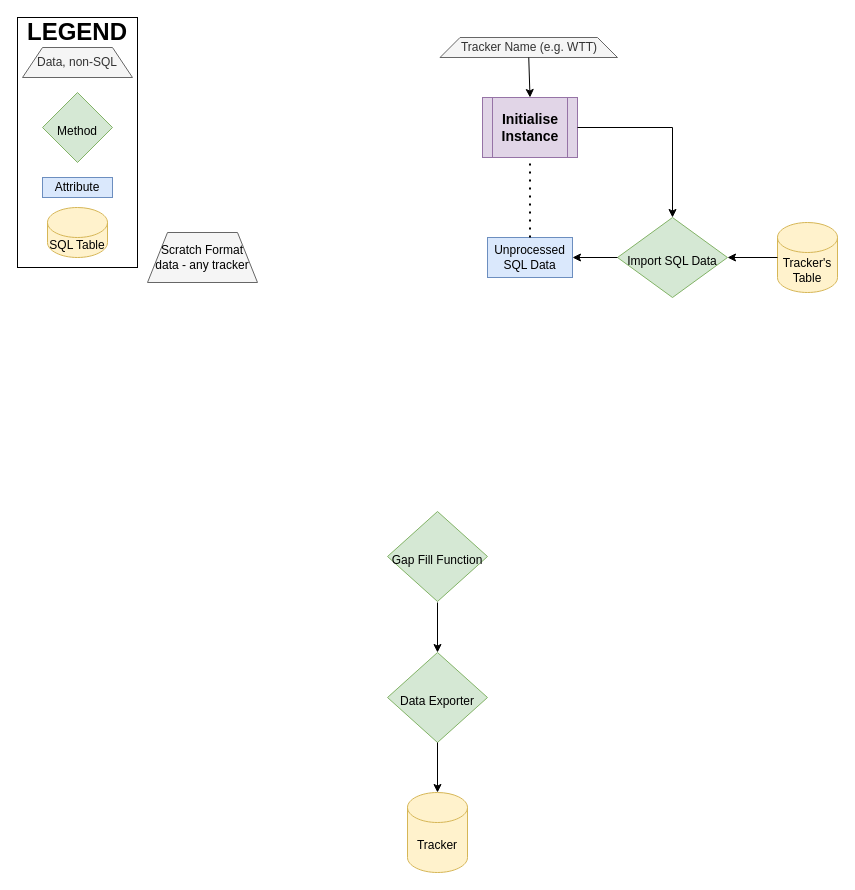
The draw.io diagram Import-Export-Structure.drawio in ancollis757/trackingtables, before the edit. Source tidied: cells renumbered, new cells numbered last; positions are measured from the earlier drawing's top-left corner, leaving out a move shared by most shapes. Both pictures are drawn from the tidied source at 100%, with x=0, y=0 at pixel (17, 17).
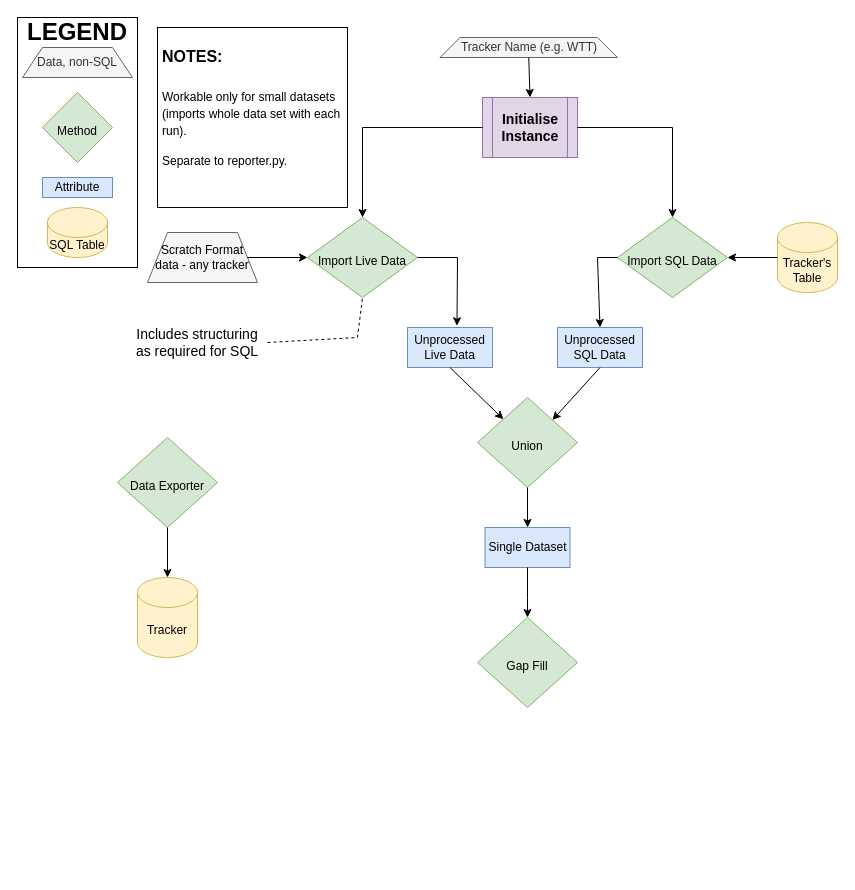
Above is the later version.

Commit message:
Skeleton in place

Unchanged cells that the change refers to:
```xml
<mxCell id="7" value="&lt;font style=&quot;font-size: 12px;&quot;&gt;Import SQL Data&lt;/font&gt;" style="rhombus;whiteSpace=wrap;html=1;fontSize=24;fillColor=#d5e8d4;strokeColor=#82b366;" parent="1" vertex="1">
  <mxGeometry x="600" y="200" width="110" height="80" as="geometry" />
</mxCell>
<mxCell id="14" value="&lt;font style=&quot;font-size: 14px;&quot;&gt;&lt;b&gt;Initialise Instance&lt;/b&gt;&lt;/font&gt;" style="shape=process;whiteSpace=wrap;html=1;backgroundOutline=1;fontSize=12;fillColor=#e1d5e7;strokeColor=#9673a6;" parent="1" vertex="1">
  <mxGeometry x="465" y="80" width="95" height="60" as="geometry" />
</mxCell>
<mxCell id="16" value="&lt;span style=&quot;color: rgb(0, 0, 0);&quot;&gt;Scratch Format data - any tracker&lt;/span&gt;" style="shape=trapezoid;perimeter=trapezoidPerimeter;whiteSpace=wrap;html=1;fixedSize=1;fontSize=12;fillColor=#f5f5f5;fontColor=#333333;strokeColor=#666666;" parent="1" vertex="1">
  <mxGeometry x="130" y="215" width="110" height="50" as="geometry" />
</mxCell>
```

The edit, as a diff of the source:
```diff
@@
-    <mxCell id="9" value="&lt;span style=&quot;font-size: 12px;&quot;&gt;Gap Fill Function&lt;/span&gt;" style="rhombus;whiteSpace=wrap;html=1;fontSize=24;fillColor=#d5e8d4;strokeColor=#82b366;" parent="1" vertex="1">
-      <mxGeometry x="370" y="494" width="100" height="90" as="geometry" />
+    <mxCell id="9" value="&lt;span style=&quot;font-size: 12px;&quot;&gt;Union&lt;/span&gt;" style="rhombus;whiteSpace=wrap;html=1;fontSize=24;fillColor=#d5e8d4;strokeColor=#82b366;" parent="1" vertex="1">
+      <mxGeometry x="460" y="380" width="100" height="90" as="geometry" />
     </mxCell>
     <mxCell id="10" value="&lt;span style=&quot;font-size: 12px;&quot;&gt;Data Exporter&lt;/span&gt;" style="rhombus;whiteSpace=wrap;html=1;fontSize=24;fillColor=#d5e8d4;strokeColor=#82b366;" parent="1" vertex="1">
-      <mxGeometry x="370" y="635" width="100" height="90" as="geometry" />
+      <mxGeometry x="100" y="420" width="100" height="90" as="geometry" />
     </mxCell>
-    <mxCell id="11" style="endArrow=classic;html=1;rounded=0;fontSize=12;entryX=0.5;entryY=0;entryDx=0;entryDy=0;" parent="1" edge="1" target="10">
-      <mxGeometry relative="1" as="geometry">
-        <mxPoint x="420" y="585" as="sourcePoint" />
-      </mxGeometry>
-    </mxCell>
     <mxCell id="12" value="Tracker" style="shape=cylinder3;whiteSpace=wrap;html=1;boundedLbl=1;backgroundOutline=1;size=15;fontSize=12;fillColor=#fff2cc;strokeColor=#d6b656;" parent="1" vertex="1">
-      <mxGeometry x="390" y="775" width="60" height="80" as="geometry" />
+      <mxGeometry x="120" y="560" width="60" height="80" as="geometry" />
     </mxCell>
@@
     <mxCell id="20" value="Unprocessed SQL Data" style="rounded=0;whiteSpace=wrap;html=1;fillColor=#dae8fc;strokeColor=#6c8ebf;" parent="1" vertex="1">
-      <mxGeometry x="470" y="220" width="85" height="40" as="geometry" />
+      <mxGeometry x="540" y="310" width="85" height="40" as="geometry" />
     </mxCell>
+    <mxCell id="22" style="endArrow=classic;html=1;rounded=0;fontSize=12;exitX=1;exitY=0.5;exitDx=0;exitDy=0;entryX=0.5;entryY=0;entryDx=0;entryDy=0;" parent="1" edge="1" source="14" target="7">
+      <mxGeometry relative="1" as="geometry">
+        <Array as="points">
+          <mxPoint x="655" y="110" />
+        </Array>
+      </mxGeometry>
+    </mxCell>
+    <mxCell id="24" value="&lt;font style=&quot;font-size: 12px;&quot;&gt;Import Live Data&lt;/font&gt;" style="rhombus;whiteSpace=wrap;html=1;fontSize=24;fillColor=#d5e8d4;strokeColor=#82b366;" parent="1" vertex="1">
+      <mxGeometry x="290" y="200" width="110" height="80" as="geometry" />
+    </mxCell>
+    <mxCell id="25" style="endArrow=classic;html=1;rounded=0;fontSize=12;exitX=0;exitY=0.5;exitDx=0;exitDy=0;entryX=0.5;entryY=0;entryDx=0;entryDy=0;" parent="1" edge="1" source="14" target="24">
+      <mxGeometry relative="1" as="geometry">
+        <Array as="points">
+          <mxPoint x="345" y="110" />
+        </Array>
+      </mxGeometry>
+    </mxCell>
+    <mxCell id="26" style="endArrow=classic;html=1;rounded=0;fontSize=12;exitX=1;exitY=0.5;exitDx=0;exitDy=0;entryX=0;entryY=0.5;entryDx=0;entryDy=0;" parent="1" edge="1" source="16" target="24">
+      <mxGeometry relative="1" as="geometry" />
+    </mxCell>
-    <mxCell id="21" style="endArrow=classic;html=1;rounded=0;fontSize=12;exitX=0;exitY=0.5;exitDx=0;exitDy=0;" parent="1" edge="1" source="7" target="20">
-      <mxGeometry relative="1" as="geometry" />
+    <mxCell id="21" style="endArrow=classic;html=1;rounded=0;fontSize=12;entryX=0.5;entryY=0;entryDx=0;entryDy=0;exitX=0;exitY=0.5;exitDx=0;exitDy=0;" parent="1" edge="1" source="7" target="20">
+      <mxGeometry relative="1" as="geometry">
+        <Array as="points">
+          <mxPoint x="580" y="240" />
+        </Array>
+      </mxGeometry>
     </mxCell>
-    <mxCell id="22" style="endArrow=classic;html=1;rounded=0;fontSize=12;exitX=1;exitY=0.5;exitDx=0;exitDy=0;entryX=0.5;entryY=0;entryDx=0;entryDy=0;" parent="1" edge="1" source="14" target="7">
-      <mxGeometry relative="1" as="geometry">
-        <Array as="points">
-          <mxPoint x="655" y="110" />
-        </Array>
-      </mxGeometry>
-    </mxCell>
-    <mxCell id="23" style="endArrow=none;dashed=1;html=1;dashPattern=1 3;strokeWidth=2;rounded=0;fontSize=14;entryX=0.5;entryY=1;entryDx=0;entryDy=0;exitX=0.5;exitY=0;exitDx=0;exitDy=0;" parent="1" edge="1" source="20" target="14">
-      <mxGeometry relative="1" as="geometry" />
-    </mxCell>
+    <mxCell id="27" value="Unprocessed Live Data" style="rounded=0;whiteSpace=wrap;html=1;fillColor=#dae8fc;strokeColor=#6c8ebf;" parent="1" vertex="1">
+      <mxGeometry x="390" y="310" width="85" height="40" as="geometry" />
+    </mxCell>
+    <mxCell id="28" style="endArrow=classic;html=1;rounded=0;fontSize=12;exitX=1;exitY=0.5;exitDx=0;exitDy=0;entryX=0.582;entryY=-0.043;entryDx=0;entryDy=0;entryPerimeter=0;" parent="1" edge="1" source="24" target="27">
+      <mxGeometry relative="1" as="geometry">
+        <Array as="points">
+          <mxPoint x="440" y="240" />
+        </Array>
+      </mxGeometry>
+    </mxCell>
+    <mxCell id="29" value="Includes structuring as required for SQL" style="text;html=1;strokeColor=none;fillColor=none;align=center;verticalAlign=middle;whiteSpace=wrap;rounded=0;fontSize=14;" parent="1" vertex="1">
+      <mxGeometry x="110" y="310" width="140" height="30" as="geometry" />
+    </mxCell>
+    <mxCell id="30" style="endArrow=none;dashed=1;html=1;rounded=0;fontSize=14;entryX=0.5;entryY=1;entryDx=0;entryDy=0;exitX=1;exitY=0.5;exitDx=0;exitDy=0;" parent="1" edge="1" source="29" target="24">
+      <mxGeometry relative="1" as="geometry">
+        <Array as="points">
+          <mxPoint x="340" y="320" />
+        </Array>
+      </mxGeometry>
+    </mxCell>
+    <mxCell id="31" value="&lt;h1&gt;&lt;font style=&quot;font-size: 16px;&quot;&gt;NOTES:&lt;/font&gt;&lt;/h1&gt;&lt;p&gt;&lt;font style=&quot;font-size: 12px;&quot;&gt;Workable only for small datasets (imports whole data set with each run).&lt;/font&gt;&lt;/p&gt;&lt;p&gt;&lt;font style=&quot;font-size: 12px;&quot;&gt;Separate to reporter.py.&lt;/font&gt;&lt;/p&gt;" style="text;html=1;strokeColor=default;fillColor=none;spacing=5;spacingTop=-20;whiteSpace=wrap;overflow=hidden;rounded=0;fontSize=14;" parent="1" vertex="1">
+      <mxGeometry x="140" y="10" width="190" height="180" as="geometry" />
+    </mxCell>
+    <mxCell id="32" style="endArrow=classic;html=1;rounded=0;fontSize=12;exitX=0.5;exitY=1;exitDx=0;exitDy=0;" parent="1" edge="1" source="27" target="9">
+      <mxGeometry relative="1" as="geometry" />
+    </mxCell>
+    <mxCell id="33" style="endArrow=classic;html=1;rounded=0;fontSize=12;exitX=0.5;exitY=1;exitDx=0;exitDy=0;entryX=1;entryY=0;entryDx=0;entryDy=0;" parent="1" edge="1" source="20" target="9">
+      <mxGeometry relative="1" as="geometry" />
+    </mxCell>
+    <mxCell id="34" value="Single Dataset" style="rounded=0;whiteSpace=wrap;html=1;fillColor=#dae8fc;strokeColor=#6c8ebf;" parent="1" vertex="1">
+      <mxGeometry x="467.5" y="510" width="85" height="40" as="geometry" />
+    </mxCell>
+    <mxCell id="35" value="&lt;span style=&quot;font-size: 12px;&quot;&gt;Gap Fill&lt;/span&gt;" style="rhombus;whiteSpace=wrap;html=1;fontSize=24;fillColor=#d5e8d4;strokeColor=#82b366;" parent="1" vertex="1">
+      <mxGeometry x="460" y="600" width="100" height="90" as="geometry" />
+    </mxCell>
+    <mxCell id="36" style="endArrow=classic;html=1;rounded=0;fontSize=12;exitX=0.5;exitY=1;exitDx=0;exitDy=0;entryX=0.5;entryY=0;entryDx=0;entryDy=0;" parent="1" edge="1" source="9" target="34">
+      <mxGeometry relative="1" as="geometry" />
+    </mxCell>
+    <mxCell id="37" style="endArrow=classic;html=1;rounded=0;fontSize=12;" parent="1" edge="1" target="35">
+      <mxGeometry relative="1" as="geometry">
+        <mxPoint x="510" y="550" as="sourcePoint" />
+        <Array as="points">
+          <mxPoint x="510" y="580" />
+        </Array>
+      </mxGeometry>
+    </mxCell>
```
